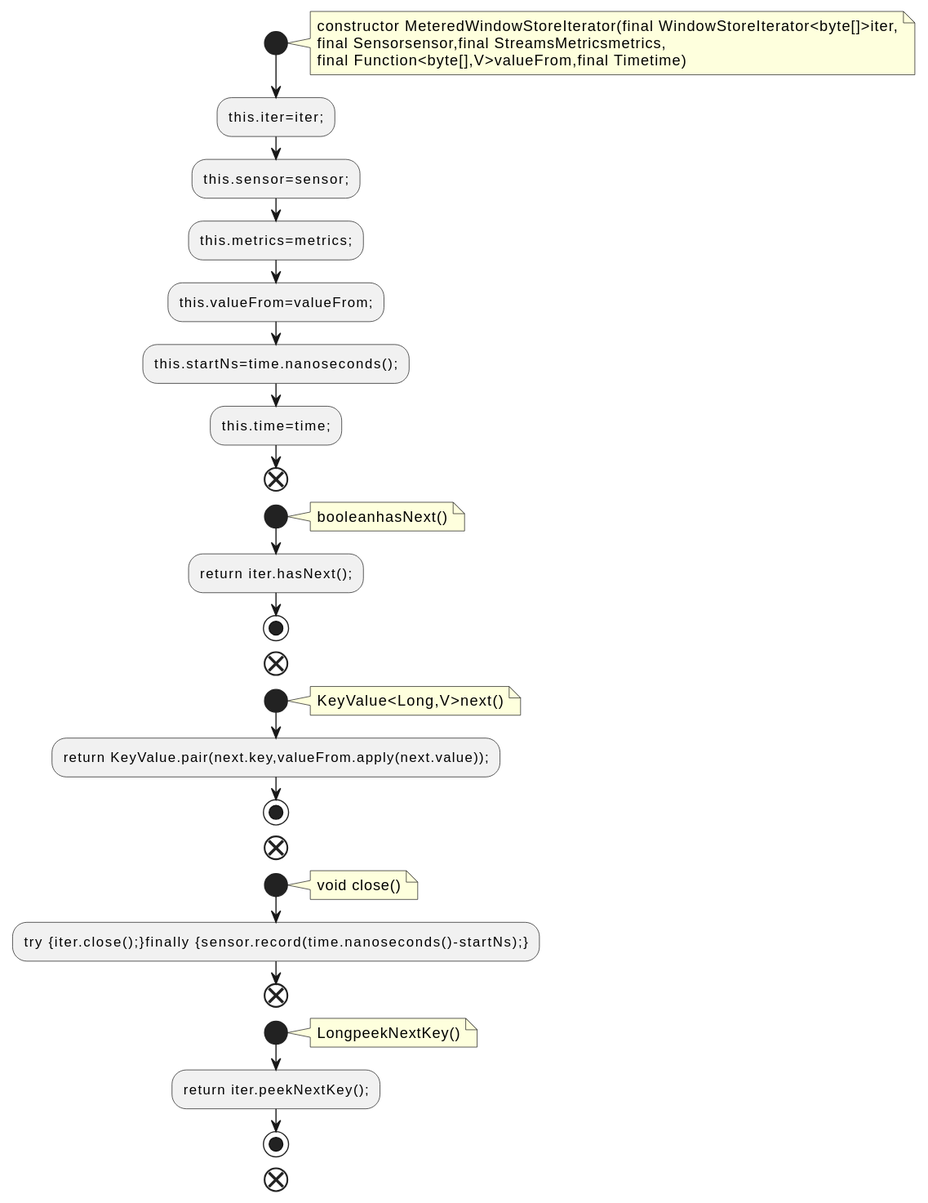
The PlantUML diagram docs/qc/streams/src/main/java/org/apache/kafka/streams/state/internals/MeteredWindowStoreIterator.java.fct.svg in qualitesys/kafka, before a commit.
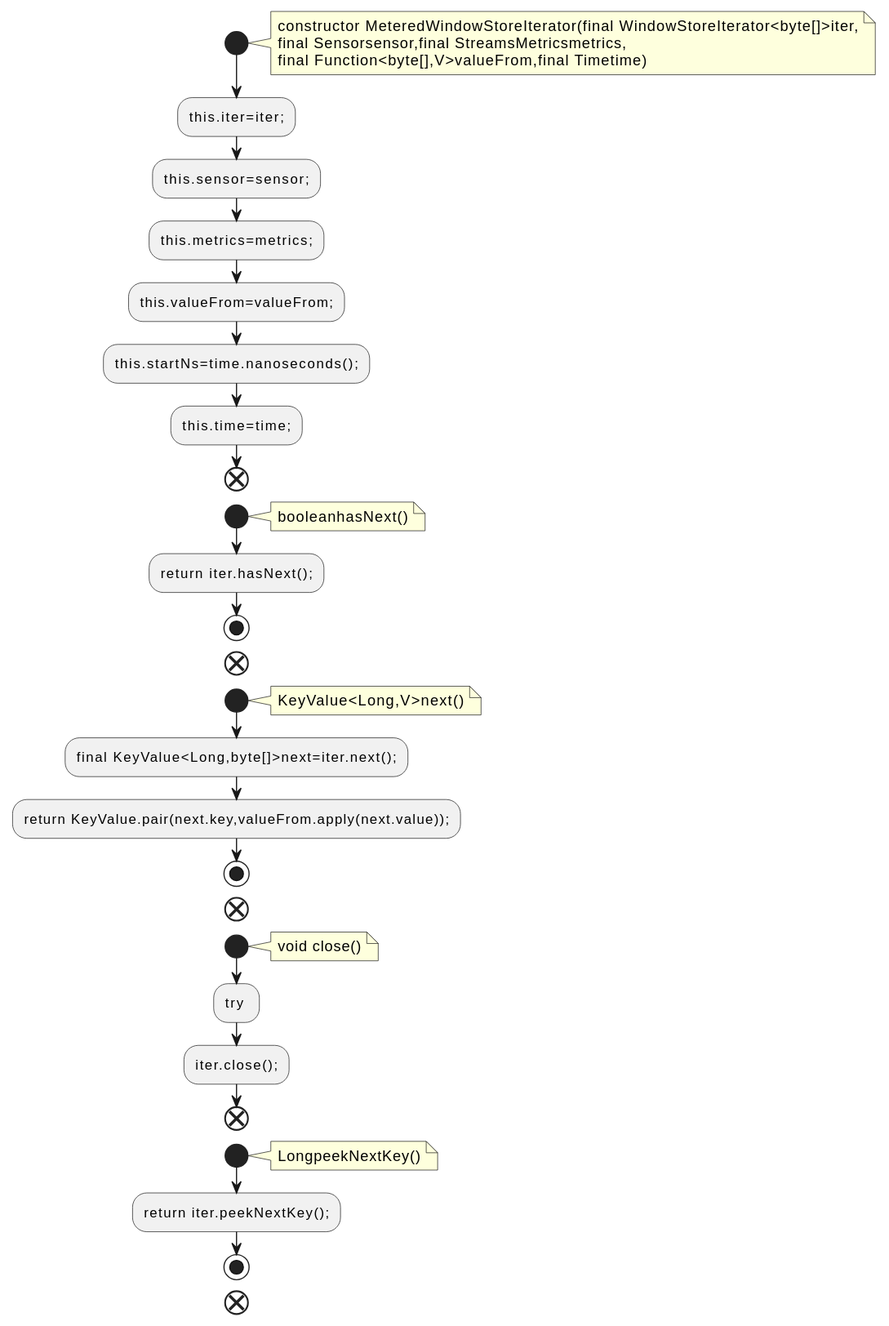
The same diagram one commit later.

Diff of the diagram source:
```diff
@@ -24,6 +24,7 @@
 note right
 KeyValue<Long,V>next()
 end note
+:final KeyValue<Long,byte[]>next=iter.next();;
 :return KeyValue.pair(next.key,valueFrom.apply(next.value));;
 stop
 end
@@ -31,7 +32,8 @@
 note right
 void close()
 end note
-:try {iter.close();}finally {sensor.record(time.nanoseconds()-startNs);};
+:try ;
+:iter.close();;
 end
 start
 note right
```
